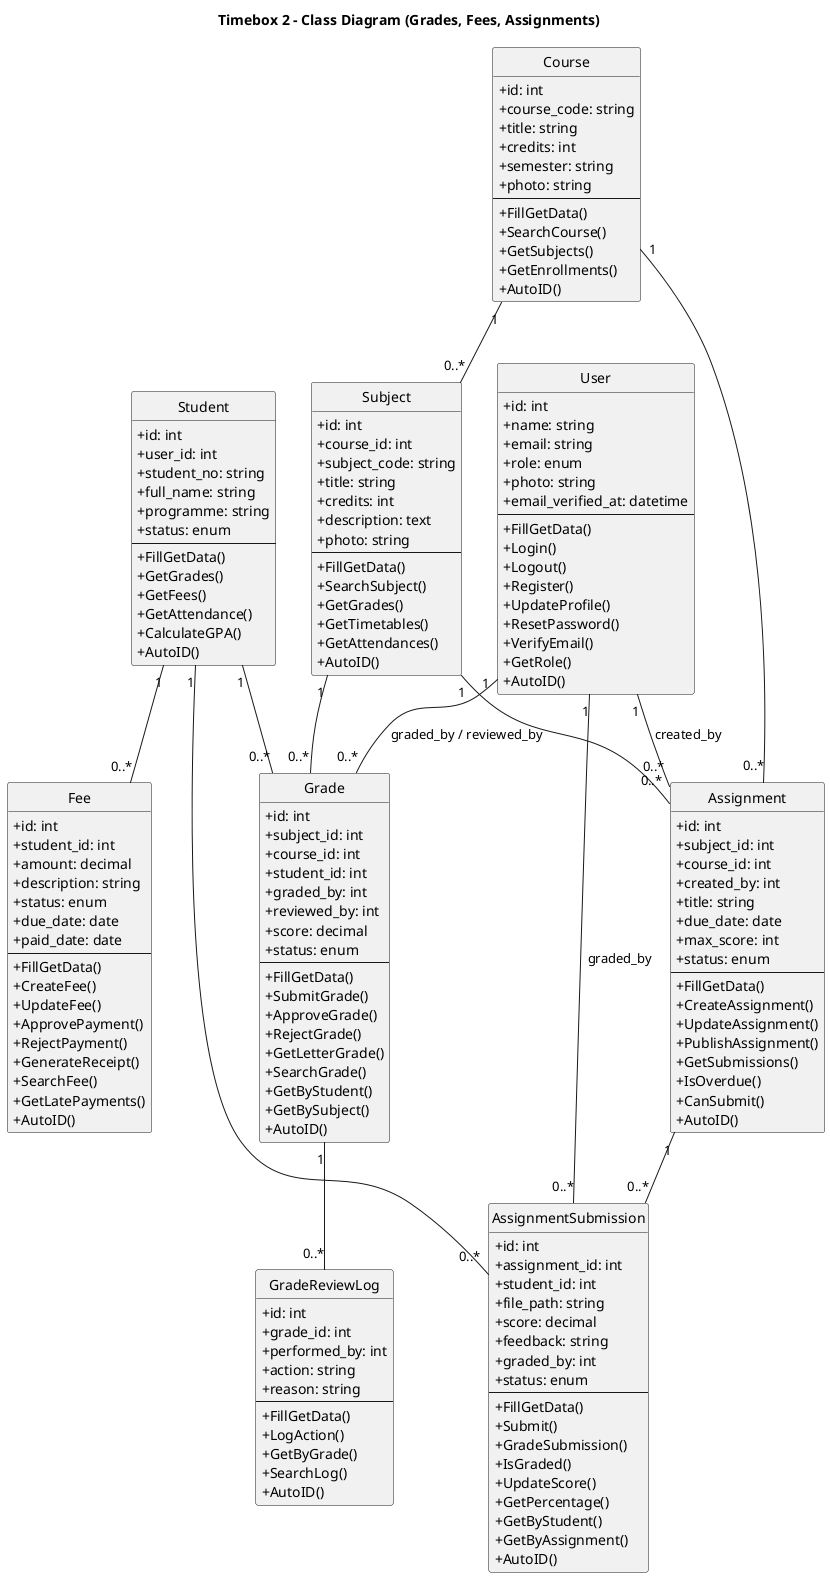
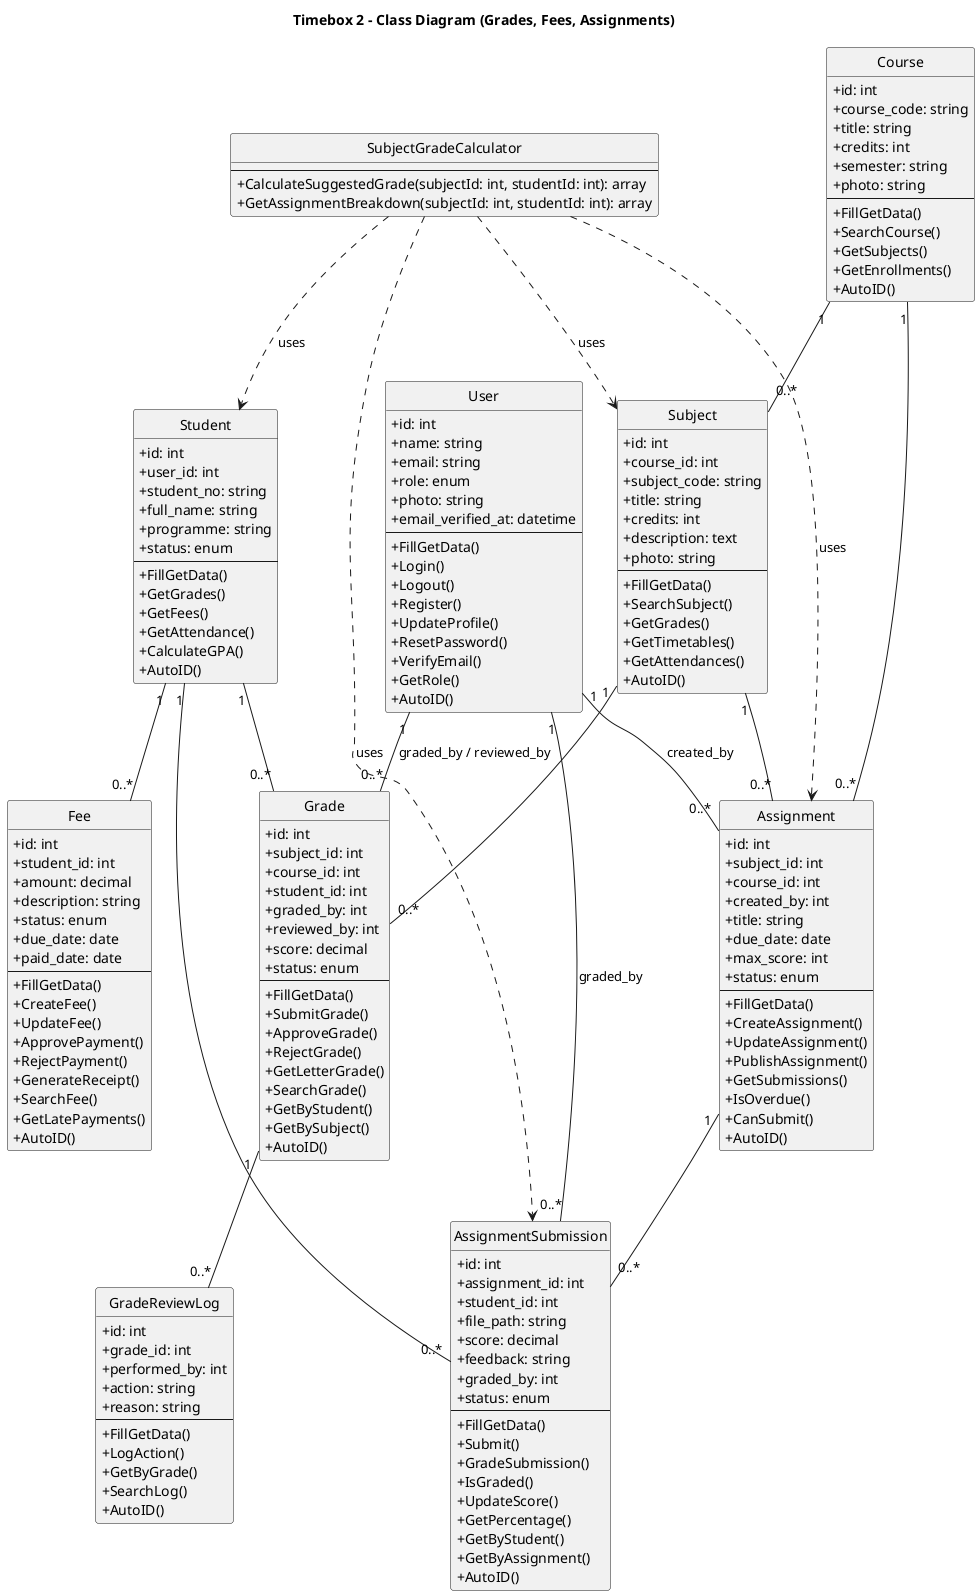
@startuml
hide circle
skinparam classAttributeIconSize 0
title Timebox 2 - Class Diagram (Grades, Fees, Assignments)

class Student {
  +id: int
  +user_id: int
  +student_no: string
  +full_name: string
  +programme: string
  +status: enum
  --
  +FillGetData()
  +GetGrades()
  +GetFees()
  +GetAttendance()
  +CalculateGPA()
  +AutoID()
}

class User {
  +id: int
  +name: string
  +email: string
  +role: enum
  +photo: string
  +email_verified_at: datetime
  --
  +FillGetData()
  +Login()
  +Logout()
  +Register()
  +UpdateProfile()
  +ResetPassword()
  +VerifyEmail()
  +GetRole()
  +AutoID()
}

class Course {
  +id: int
  +course_code: string
  +title: string
  +credits: int
  +semester: string
  +photo: string
  --
  +FillGetData()
  +SearchCourse()
  +GetSubjects()
  +GetEnrollments()
  +AutoID()
}

class Subject {
  +id: int
  +course_id: int
  +subject_code: string
  +title: string
  +credits: int
  +description: text
  +photo: string
  --
  +FillGetData()
  +SearchSubject()
  +GetGrades()
  +GetTimetables()
  +GetAttendances()
  +AutoID()
}

class Grade {
  +id: int
  +subject_id: int
  +course_id: int
  +student_id: int
  +graded_by: int
  +reviewed_by: int
  +score: decimal
  +status: enum
  --
  +FillGetData()
  +SubmitGrade()
  +ApproveGrade()
  +RejectGrade()
  +GetLetterGrade()
  +SearchGrade()
  +GetByStudent()
  +GetBySubject()
  +AutoID()
}

class GradeReviewLog {
  +id: int
  +grade_id: int
  +performed_by: int
  +action: string
  +reason: string
  --
  +FillGetData()
  +LogAction()
  +GetByGrade()
  +SearchLog()
  +AutoID()
}

class Fee {
  +id: int
  +student_id: int
  +amount: decimal
  +description: string
  +status: enum
  +due_date: date
  +paid_date: date
  --
  +FillGetData()
  +CreateFee()
  +UpdateFee()
  +ApprovePayment()
  +RejectPayment()
  +GenerateReceipt()
  +SearchFee()
  +GetLatePayments()
  +AutoID()
}

class Assignment {
  +id: int
  +subject_id: int
  +course_id: int
  +created_by: int
  +title: string
  +due_date: date
  +max_score: int
  +status: enum
  --
  +FillGetData()
  +CreateAssignment()
  +UpdateAssignment()
  +PublishAssignment()
  +GetSubmissions()
  +IsOverdue()
  +CanSubmit()
  +AutoID()
}

class AssignmentSubmission {
  +id: int
  +assignment_id: int
  +student_id: int
  +file_path: string
  +score: decimal
  +feedback: string
  +graded_by: int
  +status: enum
  --
  +FillGetData()
  +Submit()
  +GradeSubmission()
  +IsGraded()
  +UpdateScore()
  +GetPercentage()
  +GetByStudent()
  +GetByAssignment()
  +AutoID()
}

+ class SubjectGradeCalculator {
+   --
+   +CalculateSuggestedGrade(subjectId: int, studentId: int): array
+   +GetAssignmentBreakdown(subjectId: int, studentId: int): array
+ }
+ 
' Relationships
Course  "1" -- "0..*" Subject
Subject "1" -- "0..*" Grade
Student "1" -- "0..*" Grade
User    "1" -- "0..*" Grade : graded_by / reviewed_by
Grade   "1" -- "0..*" GradeReviewLog

Student "1" -- "0..*" Fee

Subject "1" -- "0..*" Assignment
Course  "1" -- "0..*" Assignment
User    "1" -- "0..*" Assignment : created_by
Assignment "1" -- "0..*" AssignmentSubmission
Student    "1" -- "0..*" AssignmentSubmission
User       "1" -- "0..*" AssignmentSubmission : graded_by

+ SubjectGradeCalculator ..> Assignment : uses
+ SubjectGradeCalculator ..> AssignmentSubmission : uses
+ SubjectGradeCalculator ..> Subject : uses
+ SubjectGradeCalculator ..> Student : uses
+ 
@enduml